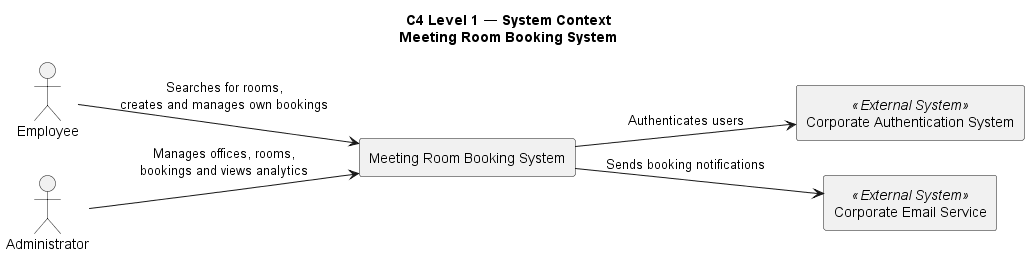
Above: docs/images/C4_Context.png in e2ali2/meeting-room-booking-system (PlantUML), before the change.
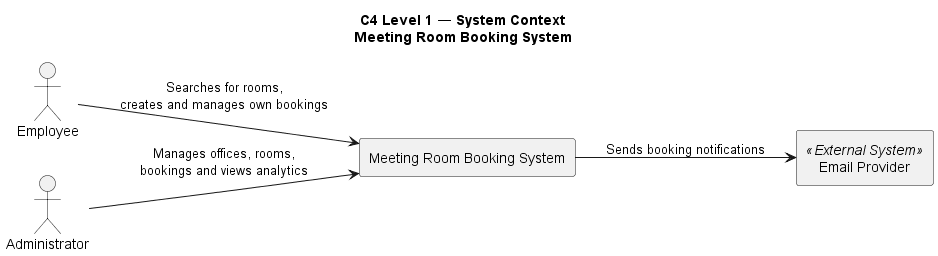
The same diagram one commit later.

Commit message:
docs: simplify C4 diagrams and add local setup

Change to the diagram source:
```diff
@@ -9,13 +9,11 @@
 rectangle "Meeting Room Booking System" as MRBS {
 }
 
-rectangle "Corporate Authentication System" as Auth <<External System>>
-rectangle "Corporate Email Service" as Email <<External System>>
+rectangle "Email Provider" as Email <<External System>>
 
 Employee --> MRBS : Searches for rooms,\ncreates and manages own bookings
 Admin --> MRBS : Manages offices, rooms,\nbookings and views analytics
 
-MRBS --> Auth : Authenticates users
 MRBS --> Email : Sends booking notifications
 
 @enduml
```
